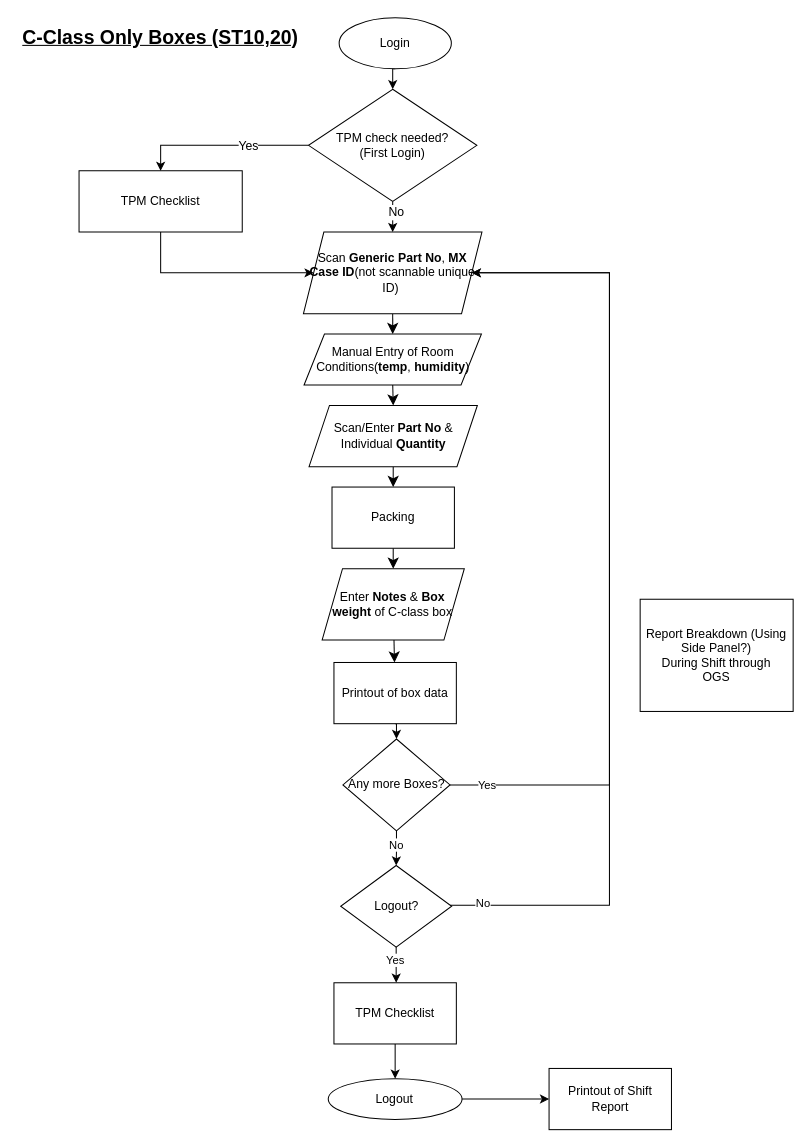
brian129/test keeps this draw.io diagram as page "C-Class Box" (3 of 3) of MX Room OGS Flowchart.drawio. Above is the earlier version. Source tidied: cells renumbered, new cells numbered last; positions are measured from the earlier drawing's top-left corner, leaving out a move shared by most shapes. Both pictures are drawn from the tidied source at 102%, with x=0, y=0 at pixel (17, 17).
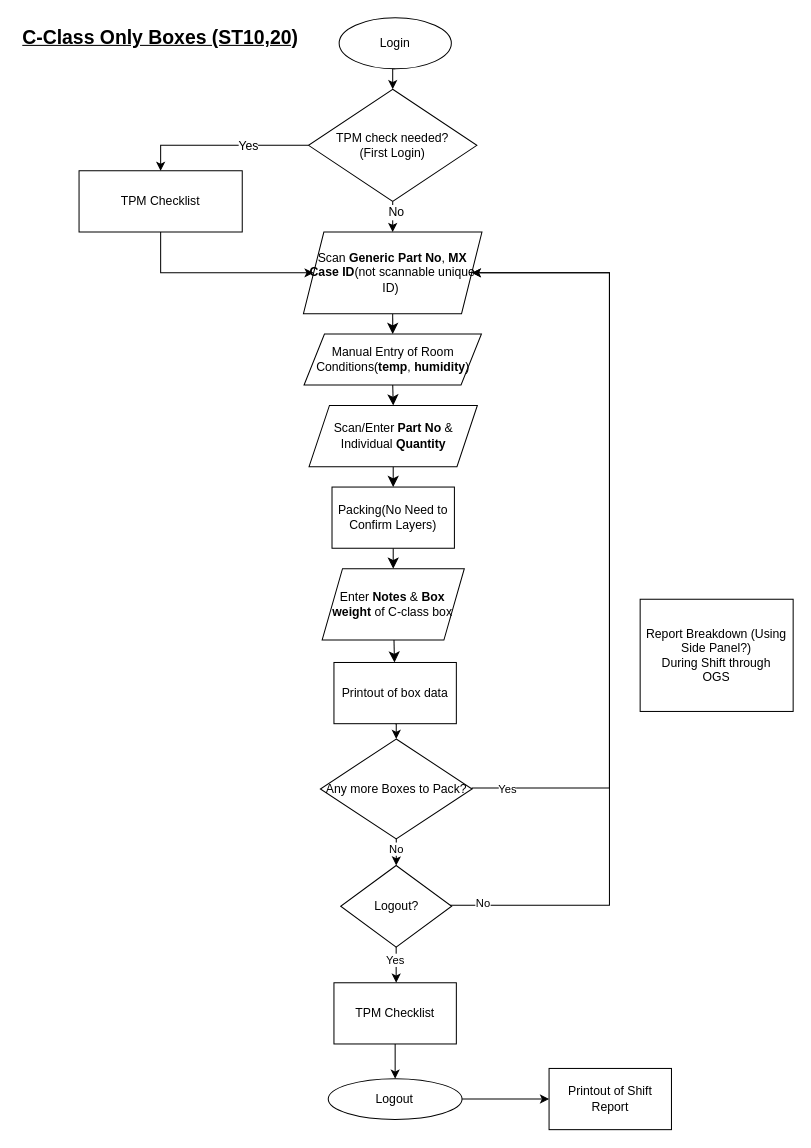
The same diagram, later.

The change refers to these unchanged cells:
```xml
<mxCell id="29" value="Scan&amp;nbsp;&lt;b&gt;Generic Part No&lt;/b&gt;,&amp;nbsp;&lt;b&gt;MX Case ID&lt;/b&gt;(not scannable unique ID)&amp;nbsp;" style="shape=parallelogram;perimeter=parallelogramPerimeter;whiteSpace=wrap;html=1;fixedSize=1;" parent="1" vertex="1">
  <mxGeometry x="280" y="210" width="175" height="80" as="geometry" />
</mxCell>
```

What changed in the source:
```diff
@@
     <mxCell id="20" style="edgeStyle=orthogonalEdgeStyle;rounded=0;jettySize=auto;html=1;exitX=1;exitY=0.5;exitDx=0;exitDy=0;entryX=1;entryY=0.5;entryDx=0;entryDy=0;" parent="1" edge="1" source="22" target="29">
       <mxGeometry relative="1" as="geometry">
         <Array as="points">
-          <mxPoint x="580" y="752" />
+          <mxPoint x="445" y="755" />
+          <mxPoint x="580" y="755" />
           <mxPoint x="580" y="250" />
         </Array>
       </mxGeometry>
     </mxCell>
@@
-    <mxCell id="22" value="Any more Boxes?" style="rhombus;whiteSpace=wrap;html=1;fontSize=12;" parent="1" vertex="1">
-      <mxGeometry x="318.7" y="707" width="105" height="90" as="geometry" />
+    <mxCell id="22" value="Any more Boxes to Pack?" style="rhombus;whiteSpace=wrap;html=1;fontSize=12;" parent="1" vertex="1">
+      <mxGeometry x="296.6" y="707" width="148.7" height="98" as="geometry" />
     </mxCell>
@@
-    <mxCell id="37" value="Packing" style="rounded=0;whiteSpace=wrap;html=1;" parent="1" vertex="1">
+    <mxCell id="37" value="Packing(No Need to Confirm Layers)" style="rounded=0;whiteSpace=wrap;html=1;" parent="1" vertex="1">
       <mxGeometry x="308" y="460" width="120" height="60" as="geometry" />
     </mxCell>
```
